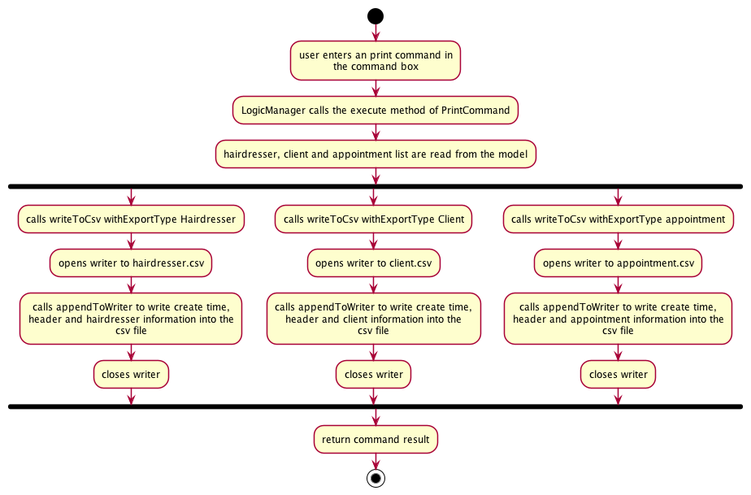
Above: docs/images/PrintActivityDiagram.png in ya0-yuan/tp (PlantUML), before the change. The source it was exported from:
```plantuml
@startuml








skinparam BackgroundColor #FFFFFFF

skinparam Shadowing false

skinparam Class {
    FontColor #FFFFFF
    BorderThickness 1
    BorderColor #FFFFFF
    StereotypeFontColor #FFFFFF
    FontName Arial
}

skinparam Actor {
    BorderColor #000000
    Color #000000
    FontName Arial
}

skinparam Sequence {
    MessageAlign center
    BoxFontSize 15
    BoxPadding 0
    BoxFontColor #FFFFFF
    FontName Arial
}

skinparam Participant {
    FontColor #FFFFFFF
    Padding 20
}

skinparam MinClassWidth 50
skinparam ParticipantPadding 10
skinparam Shadowing false
skinparam DefaultTextAlignment center
skinparam packageStyle Rectangle

hide footbox
hide members
hide circle

start

:user enters an print command in
the command box;

:LogicManager calls the execute method of PrintCommand;

:hairdresser, client and appointment list are read from the model;

fork
:calls writeToCsv withExportType Hairdresser;
:opens writer to hairdresser.csv;
:calls appendToWriter to write create time,
header and hairdresser information into the
csv file;
:closes writer;
fork again
:calls writeToCsv withExportType Client;
:opens writer to client.csv;
:calls appendToWriter to write create time,
header and client information into the
csv file;
:closes writer;
fork again
:calls writeToCsv withExportType appointment;
:opens writer to appointment.csv;
:calls appendToWriter to write create time,
header and appointment information into the
csv file;
:closes writer;
end fork

:return command result;

stop

@enduml
```
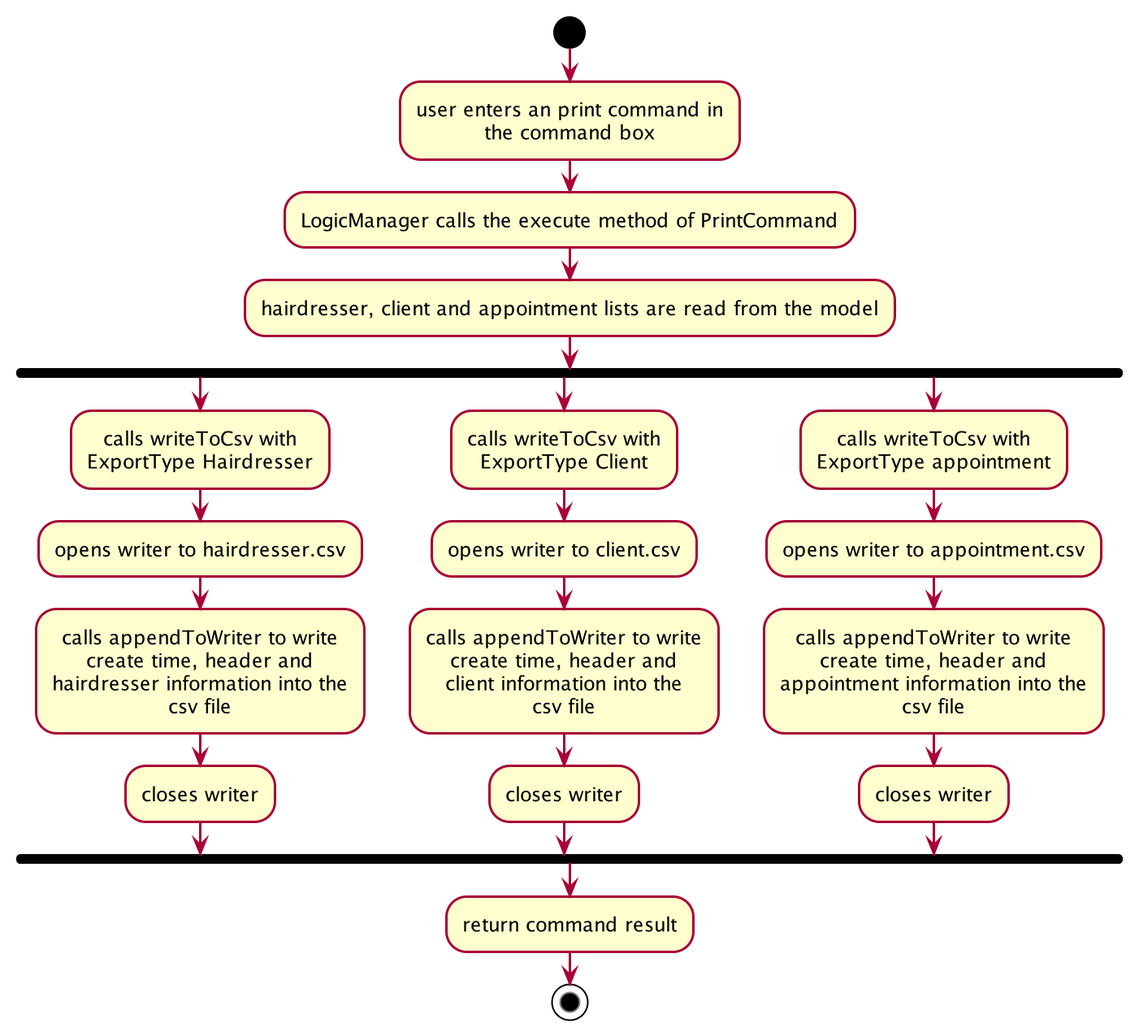
Later version of the same file.

Diff of the diagram source:
```diff
@@ -55,27 +55,33 @@
 
 :LogicManager calls the execute method of PrintCommand;
 
-:hairdresser, client and appointment list are read from the model;
+:hairdresser, client and appointment lists are read from the model;
 
 fork
-:calls writeToCsv withExportType Hairdresser;
+:calls writeToCsv with
+ExportType Hairdresser;
 :opens writer to hairdresser.csv;
-:calls appendToWriter to write create time,
-header and hairdresser information into the
+:calls appendToWriter to write
+create time, header and
+hairdresser information into the
 csv file;
 :closes writer;
 fork again
-:calls writeToCsv withExportType Client;
+:calls writeToCsv with
+ExportType Client;
 :opens writer to client.csv;
-:calls appendToWriter to write create time,
-header and client information into the
+:calls appendToWriter to write
+create time, header and
+client information into the
 csv file;
 :closes writer;
 fork again
-:calls writeToCsv withExportType appointment;
+:calls writeToCsv with
+ExportType appointment;
 :opens writer to appointment.csv;
-:calls appendToWriter to write create time,
-header and appointment information into the
+:calls appendToWriter to write
+create time, header and
+appointment information into the
 csv file;
 :closes writer;
 end fork
```
